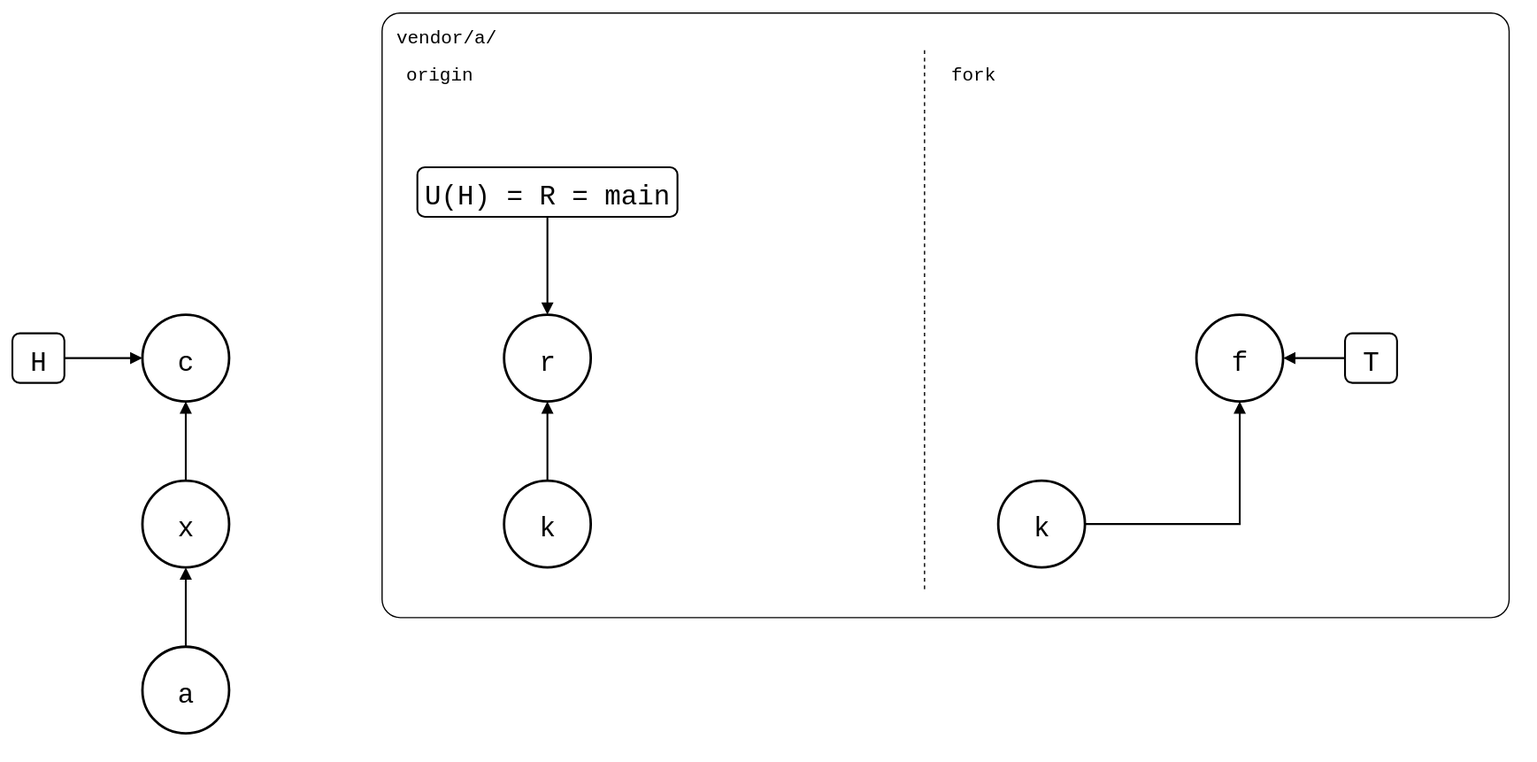
roschaefer/git-splice keeps this draw.io diagram as docs/09-scenarios/04-upstreams/02-several-upstreams/synced-commit-on-the-other-upstream.drawio.svg. Above is the earlier version. Source tidied: cells renumbered, new cells last; positions are measured from the earlier drawing's top-left corner, leaving out a move shared by most shapes. Its diagram source:
```xml
<mxGraphModel background="#ffffff">
  <root>
    <mxCell id="0" />
    <mxCell id="1" parent="0" />
    <mxCell id="2" value="vendor/a/" style="rounded=1;arcSize=3;fillColor=none;strokeWidth=1;fontSize=15;verticalAlign=top;align=left;spacingLeft=10;spacingTop=4;fontFamily=Roboto Mono,monospace;" parent="1" vertex="1">
      <mxGeometry x="298" width="910" height="488" as="geometry" />
    </mxCell>
    <mxCell id="3" style="line;direction=south;dashed=1;strokeWidth=1;" parent="1" vertex="1">
      <mxGeometry x="726" y="30" width="20" height="438" as="geometry" />
    </mxCell>
    <mxCell id="4" value="origin" style="text;fontSize=15;align=left;verticalAlign=top;fontFamily=Roboto Mono,monospace;" parent="1" vertex="1">
      <mxGeometry x="316" y="34" width="120" height="24" as="geometry" />
    </mxCell>
    <mxCell id="5" value="fork" style="text;fontSize=15;align=left;verticalAlign=top;fontFamily=Roboto Mono,monospace;" parent="1" vertex="1">
      <mxGeometry x="756" y="34" width="120" height="24" as="geometry" />
    </mxCell>
    <mxCell id="6" value="c" style="ellipse;strokeWidth=2;fontSize=22;fontFamily=Roboto Mono,monospace;" parent="1" vertex="1">
      <mxGeometry x="105" y="244" width="70" height="70" as="geometry" />
    </mxCell>
    <mxCell id="7" value="x" style="ellipse;strokeWidth=2;fontSize=22;fontFamily=Roboto Mono,monospace;" parent="1" vertex="1">
      <mxGeometry x="105" y="378" width="70" height="70" as="geometry" />
    </mxCell>
    <mxCell id="8" value="a" style="ellipse;strokeWidth=2;fontSize=22;fontFamily=Roboto Mono,monospace;" parent="1" vertex="1">
      <mxGeometry x="105" y="512" width="70" height="70" as="geometry" />
    </mxCell>
    <mxCell id="9" value="k" style="ellipse;strokeWidth=2;fontSize=22;fontFamily=Roboto Mono,monospace;" parent="1" vertex="1">
      <mxGeometry x="397" y="378" width="70" height="70" as="geometry" />
    </mxCell>
    <mxCell id="10" value="r" style="ellipse;strokeWidth=2;fontSize=22;fontFamily=Roboto Mono,monospace;" parent="1" vertex="1">
      <mxGeometry x="397" y="244" width="70" height="70" as="geometry" />
    </mxCell>
    <mxCell id="11" value="k" style="ellipse;strokeWidth=2;fontSize=22;fontFamily=Roboto Mono,monospace;" parent="1" vertex="1">
      <mxGeometry x="796" y="378" width="70" height="70" as="geometry" />
    </mxCell>
    <mxCell id="12" value="f" style="ellipse;strokeWidth=2;fontSize=22;fontFamily=Roboto Mono,monospace;" parent="1" vertex="1">
      <mxGeometry x="956" y="244" width="70" height="70" as="geometry" />
    </mxCell>
    <mxCell id="13" value="H" style="rounded=1;strokeWidth=1.5;fontSize=22;fontFamily=Roboto Mono,monospace;" parent="1" vertex="1">
      <mxGeometry y="259" width="42" height="40" as="geometry" />
    </mxCell>
    <mxCell id="14" value="U(H) = R = main" style="rounded=1;strokeWidth=1.5;fontSize=22;fontFamily=Roboto Mono,monospace;" parent="1" vertex="1">
      <mxGeometry x="327" y="125" width="210" height="40" as="geometry" />
    </mxCell>
    <mxCell id="15" value="T" style="rounded=1;strokeWidth=1.5;fontSize=22;fontFamily=Roboto Mono,monospace;" parent="1" vertex="1">
      <mxGeometry x="1076" y="259" width="42" height="40" as="geometry" />
    </mxCell>
    <mxCell id="16" style="endArrow=block;endFill=1;html=1;strokeWidth=1.5;rounded=0;" parent="1" edge="1" source="8" target="7">
      <mxGeometry relative="1" as="geometry" />
    </mxCell>
    <mxCell id="17" style="endArrow=block;endFill=1;html=1;strokeWidth=1.5;rounded=0;" parent="1" edge="1" source="7" target="6">
      <mxGeometry relative="1" as="geometry" />
    </mxCell>
    <mxCell id="18" style="endArrow=block;endFill=1;html=1;strokeWidth=1.5;rounded=0;" parent="1" edge="1" source="9" target="10">
      <mxGeometry relative="1" as="geometry" />
    </mxCell>
    <mxCell id="19" style="endArrow=block;endFill=1;html=1;strokeWidth=1.5;rounded=0;edgeStyle=orthogonalEdgeStyle;exitX=1;exitY=0.5;entryX=0.5;entryY=1;" parent="1" edge="1" source="11" target="12">
      <mxGeometry relative="1" as="geometry" />
    </mxCell>
    <mxCell id="20" style="endArrow=block;endFill=1;html=1;strokeWidth=1.5;rounded=0;" parent="1" edge="1" source="13" target="6">
      <mxGeometry relative="1" as="geometry" />
    </mxCell>
    <mxCell id="21" style="endArrow=block;endFill=1;html=1;strokeWidth=1.5;rounded=0;" parent="1" edge="1" source="14" target="10">
      <mxGeometry relative="1" as="geometry" />
    </mxCell>
    <mxCell id="22" style="endArrow=block;endFill=1;html=1;strokeWidth=1.5;rounded=0;" parent="1" edge="1" source="15" target="12">
      <mxGeometry relative="1" as="geometry" />
    </mxCell>
  </root>
</mxGraphModel>
```
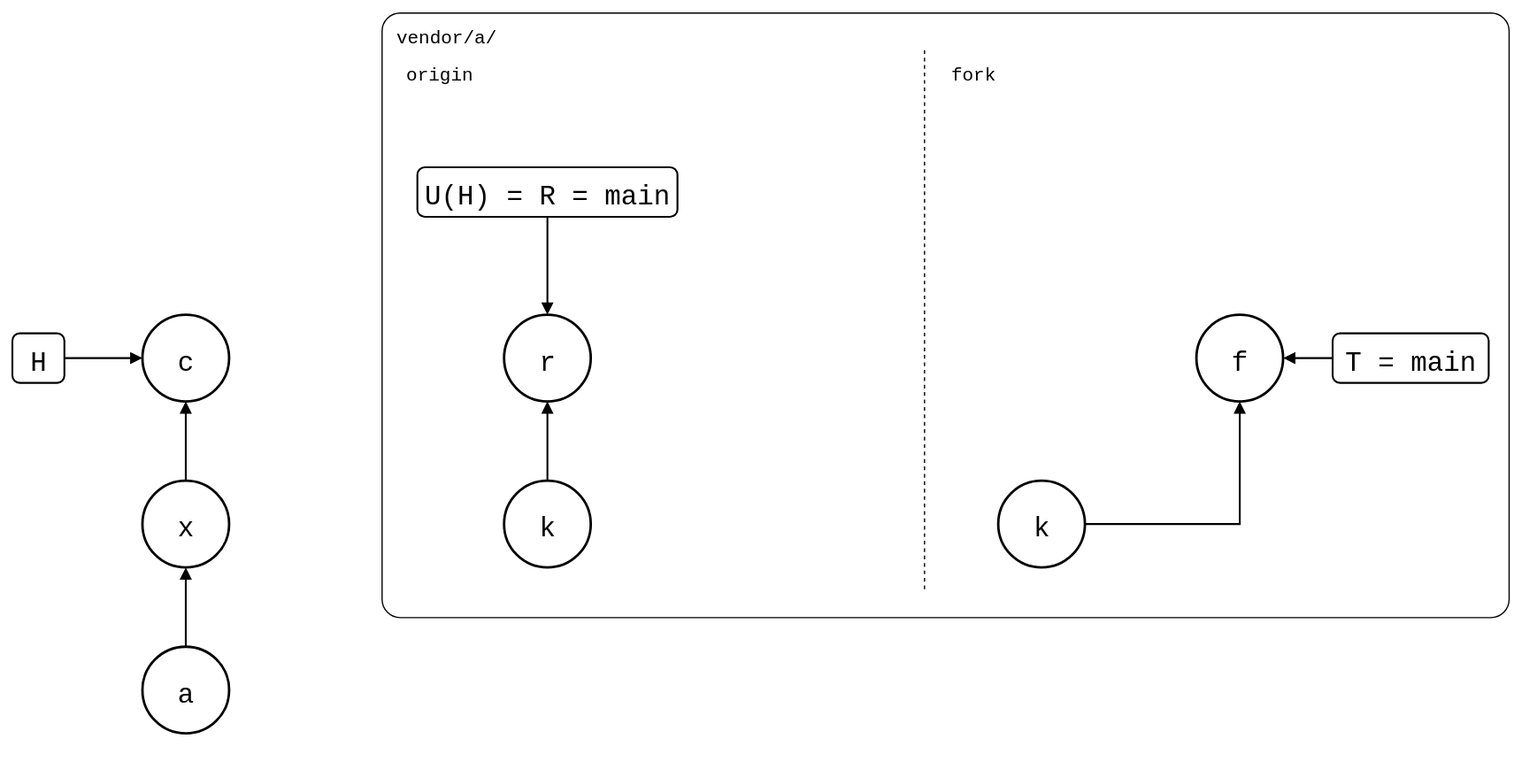
After the commit.

Commit message:
docs(scenarios): name the fork's main in the drawing, and show it where it's checked

The prose calls f the fork's main and T, but the drawing only said T.
The drawing now sits right after the block that checks it, where the
reader has just built the state it shows.

What changed in the source:
```diff
@@ -41,8 +41,8 @@
     <mxCell id="14" value="U(H) = R = main" style="rounded=1;strokeWidth=1.5;fontSize=22;fontFamily=Roboto Mono,monospace;" parent="1" vertex="1">
       <mxGeometry x="327" y="125" width="210" height="40" as="geometry" />
     </mxCell>
-    <mxCell id="15" value="T" style="rounded=1;strokeWidth=1.5;fontSize=22;fontFamily=Roboto Mono,monospace;" parent="1" vertex="1">
-      <mxGeometry x="1076" y="259" width="42" height="40" as="geometry" />
+    <mxCell id="15" value="T = main" style="rounded=1;strokeWidth=1.5;fontSize=22;fontFamily=Roboto Mono,monospace;" parent="1" vertex="1">
+      <mxGeometry x="1066" y="259" width="126" height="40" as="geometry" />
     </mxCell>
     <mxCell id="16" style="endArrow=block;endFill=1;html=1;strokeWidth=1.5;rounded=0;" parent="1" edge="1" source="8" target="7">
       <mxGeometry relative="1" as="geometry" />
```
